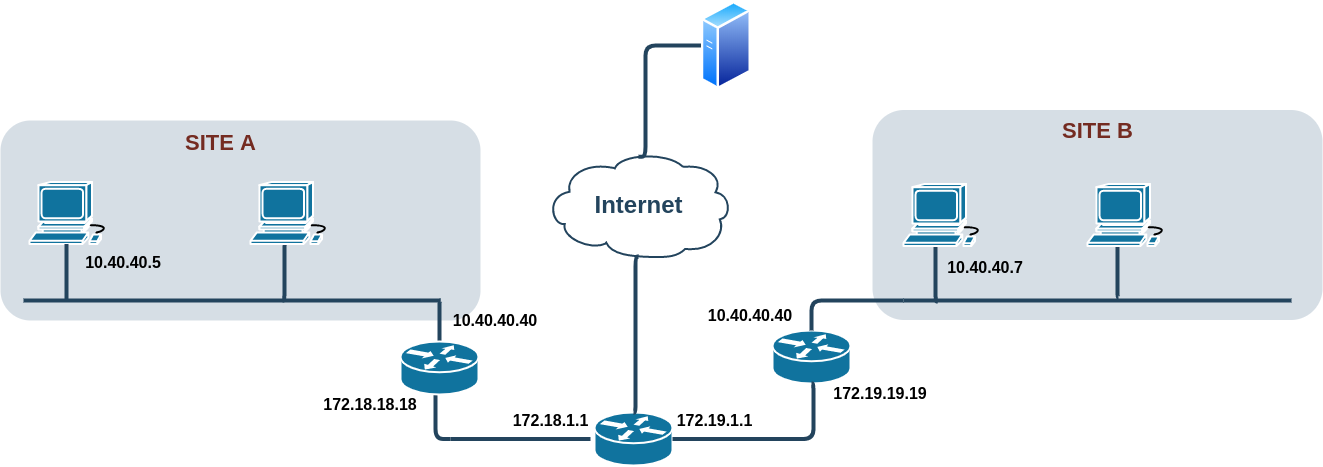
This is docs/test_bed_v0.3-alpha.png from Ssruno/punching-nat-test-bed, a draw.io export, as it was before one commit. Source tidied: cells renumbered, new cells last; positions are measured from the earlier drawing's top-left corner, leaving out a move shared by most shapes.
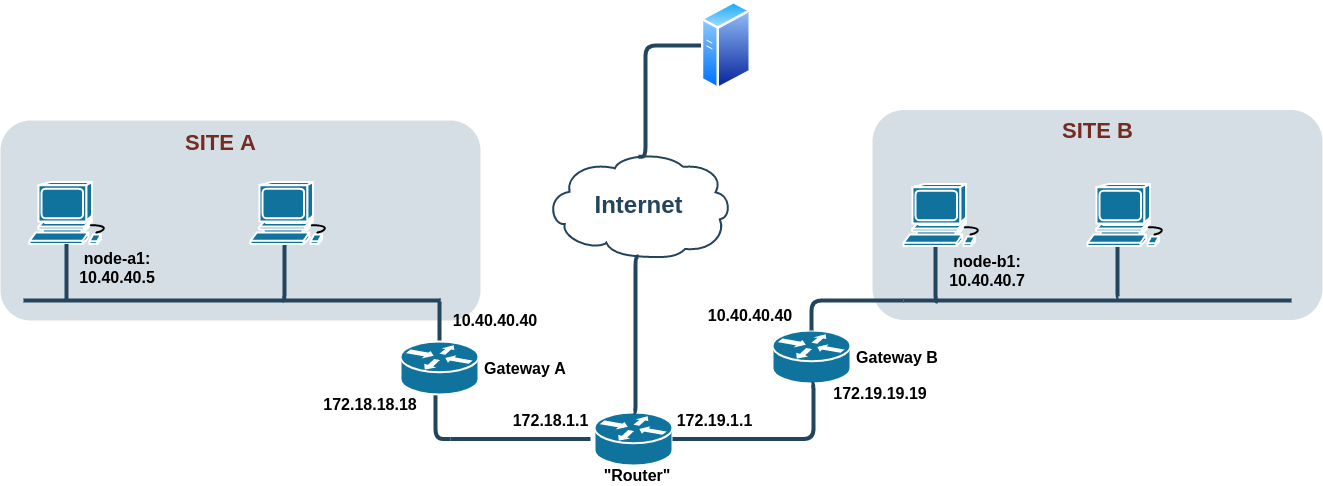
The same file after the commit.

Change to the diagram source:
```diff
@@ -102,9 +102,6 @@
         </Array>
       </mxGeometry>
     </mxCell>
-    <mxCell id="27" value="&lt;font size=&quot;1&quot;&gt;&lt;b style=&quot;font-size: 16px&quot;&gt;10.40.40.5&lt;/b&gt;&lt;/font&gt;" style="text;html=1;strokeColor=none;fillColor=none;align=center;verticalAlign=middle;whiteSpace=wrap;rounded=0;" parent="1" vertex="1">
-      <mxGeometry x="76" y="252" width="94" height="20" as="geometry" />
-    </mxCell>
     <mxCell id="28" value="&lt;font style=&quot;font-size: 16px&quot;&gt;&lt;b&gt;172.18.18.18&lt;/b&gt;&lt;/font&gt;" style="text;html=1;strokeColor=none;fillColor=none;align=center;verticalAlign=middle;whiteSpace=wrap;rounded=0;" parent="1" vertex="1">
       <mxGeometry x="320" y="394" width="100" height="20" as="geometry" />
     </mxCell>
@@ -120,9 +117,6 @@
     <mxCell id="32" value="&lt;font size=&quot;1&quot;&gt;&lt;b style=&quot;font-size: 16px&quot;&gt;10.40.40.40&lt;/b&gt;&lt;/font&gt;" style="text;html=1;strokeColor=none;fillColor=none;align=center;verticalAlign=middle;whiteSpace=wrap;rounded=0;" parent="1" vertex="1">
       <mxGeometry x="710" y="305" width="80" height="20" as="geometry" />
     </mxCell>
-    <mxCell id="33" value="&lt;font size=&quot;1&quot;&gt;&lt;b style=&quot;font-size: 16px&quot;&gt;10.40.40.7&lt;/b&gt;&lt;/font&gt;" style="text;html=1;strokeColor=none;fillColor=none;align=center;verticalAlign=middle;whiteSpace=wrap;rounded=0;" parent="1" vertex="1">
-      <mxGeometry x="940" y="257" width="90" height="20" as="geometry" />
-    </mxCell>
     <mxCell id="34" value="&lt;font style=&quot;font-size: 16px&quot;&gt;&lt;b&gt;&lt;font style=&quot;font-size: 16px&quot;&gt;172.19.19.19&lt;/font&gt;&lt;/b&gt;&lt;/font&gt;" style="text;html=1;strokeColor=none;fillColor=none;align=center;verticalAlign=middle;whiteSpace=wrap;rounded=0;" parent="1" vertex="1">
       <mxGeometry x="820" y="383" width="120" height="20" as="geometry" />
     </mxCell>
@@ -136,5 +130,20 @@
         </Array>
       </mxGeometry>
     </mxCell>
+    <mxCell id="37" value="&lt;font size=&quot;1&quot;&gt;&lt;b style=&quot;font-size: 16px&quot;&gt;node-a1: 10.40.40.5&lt;/b&gt;&lt;/font&gt;" style="text;html=1;strokeColor=none;fillColor=none;align=center;verticalAlign=middle;whiteSpace=wrap;rounded=0;" parent="1" vertex="1">
+      <mxGeometry x="70" y="257" width="94" height="20" as="geometry" />
+    </mxCell>
+    <mxCell id="38" value="&lt;font size=&quot;1&quot;&gt;&lt;b style=&quot;font-size: 16px&quot;&gt;node-b1: 10.40.40.7&lt;/b&gt;&lt;/font&gt;" style="text;html=1;strokeColor=none;fillColor=none;align=center;verticalAlign=middle;whiteSpace=wrap;rounded=0;" parent="1" vertex="1">
+      <mxGeometry x="940" y="260" width="94" height="20" as="geometry" />
+    </mxCell>
+    <mxCell id="39" value="&lt;font size=&quot;1&quot;&gt;&lt;b style=&quot;font-size: 16px&quot;&gt;Gateway A&lt;/b&gt;&lt;/font&gt;" style="text;html=1;strokeColor=none;fillColor=none;align=center;verticalAlign=middle;whiteSpace=wrap;rounded=0;" parent="1" vertex="1">
+      <mxGeometry x="478" y="357.5" width="94" height="20" as="geometry" />
+    </mxCell>
+    <mxCell id="40" value="&lt;font size=&quot;1&quot;&gt;&lt;b style=&quot;font-size: 16px&quot;&gt;Gateway B&lt;/b&gt;&lt;/font&gt;" style="text;html=1;strokeColor=none;fillColor=none;align=center;verticalAlign=middle;whiteSpace=wrap;rounded=0;" parent="1" vertex="1">
+      <mxGeometry x="850" y="346.5" width="94" height="20" as="geometry" />
+    </mxCell>
+    <mxCell id="41" value="&lt;font size=&quot;1&quot;&gt;&lt;b style=&quot;font-size: 16px&quot;&gt;&quot;Router&quot;&lt;/b&gt;&lt;/font&gt;" style="text;html=1;strokeColor=none;fillColor=none;align=center;verticalAlign=middle;whiteSpace=wrap;rounded=0;" parent="1" vertex="1">
+      <mxGeometry x="590" y="465" width="94" height="20" as="geometry" />
+    </mxCell>
   </root>
 </mxGraphModel>
```
